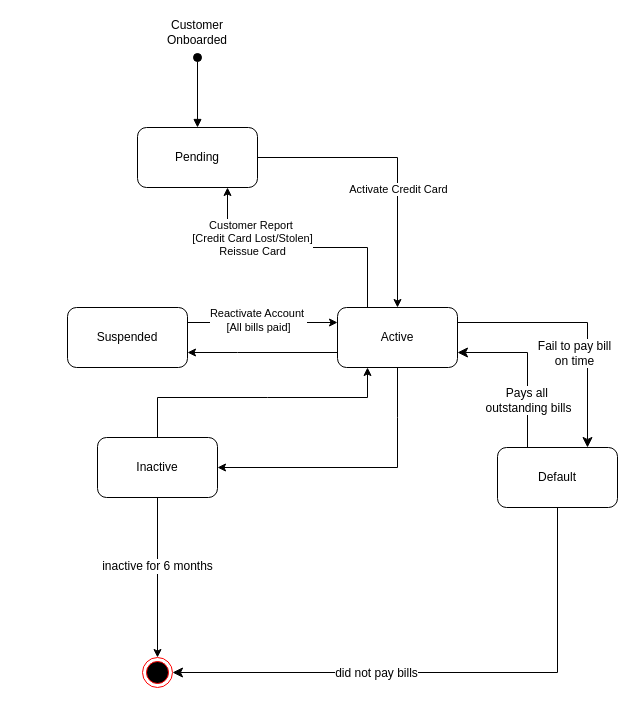
Above: workshop6_week7.drawio in antonykimuom/SWEN30006-2025-SM1-workshop1-tuew05-14-00-team-12 (draw.io), before the change. Source tidied: cells renumbered, new cells numbered last; positions are measured from the earlier drawing's top-left corner, leaving out a move shared by most shapes. Both pictures are drawn from the tidied source at 100%, with x=0, y=0 at pixel (67, 17).
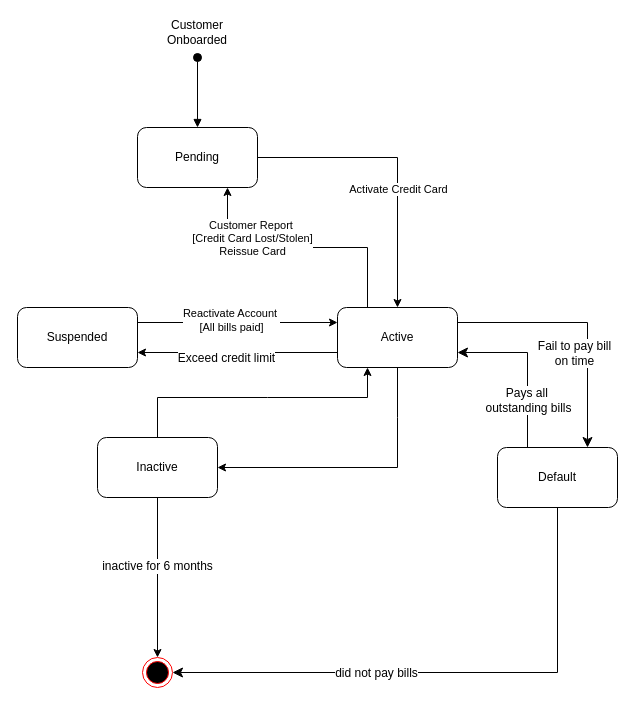
The same page after the edit.

Unchanged cells that the change refers to:
```xml
<mxCell id="12" style="edgeStyle=orthogonalEdgeStyle;rounded=0;jettySize=auto;html=1;entryX=1;entryY=0.75;entryDx=0;entryDy=0;exitX=0;exitY=0.75;exitDx=0;exitDy=0;" parent="1" edge="1" source="13" target="7">
  <mxGeometry relative="1" as="geometry">
    <Array as="points">
      <mxPoint x="170" y="335" />
      <mxPoint x="170" y="335" />
    </Array>
  </mxGeometry>
</mxCell>
```

What changed in the source:
```diff
@@
     <mxCell id="7" value="Suspended" style="rounded=1;whiteSpace=wrap;html=1;" parent="1" vertex="1">
-      <mxGeometry y="290" width="120" height="60" as="geometry" />
+      <mxGeometry x="-50" y="290" width="120" height="60" as="geometry" />
     </mxCell>
@@
+    <mxCell id="27" value="&lt;span style=&quot;background-color: light-dark(#ffffff, var(--ge-dark-color, #121212)); color: light-dark(rgb(0, 0, 0), rgb(255, 255, 255));&quot;&gt;Exceed credit&amp;nbsp;&lt;/span&gt;&lt;span style=&quot;color: light-dark(rgb(0, 0, 0), rgb(255, 255, 255)); background-color: light-dark(#ffffff, var(--ge-dark-color, #121212));&quot;&gt;limit&lt;/span&gt;" style="edgeLabel;html=1;align=center;verticalAlign=middle;fontSize=12;" parent="12" vertex="1">
+      <mxGeometry x="0.31" relative="1" as="geometry">
+        <mxPoint x="19" y="5" as="offset" />
+      </mxGeometry>
+    </mxCell>
```
